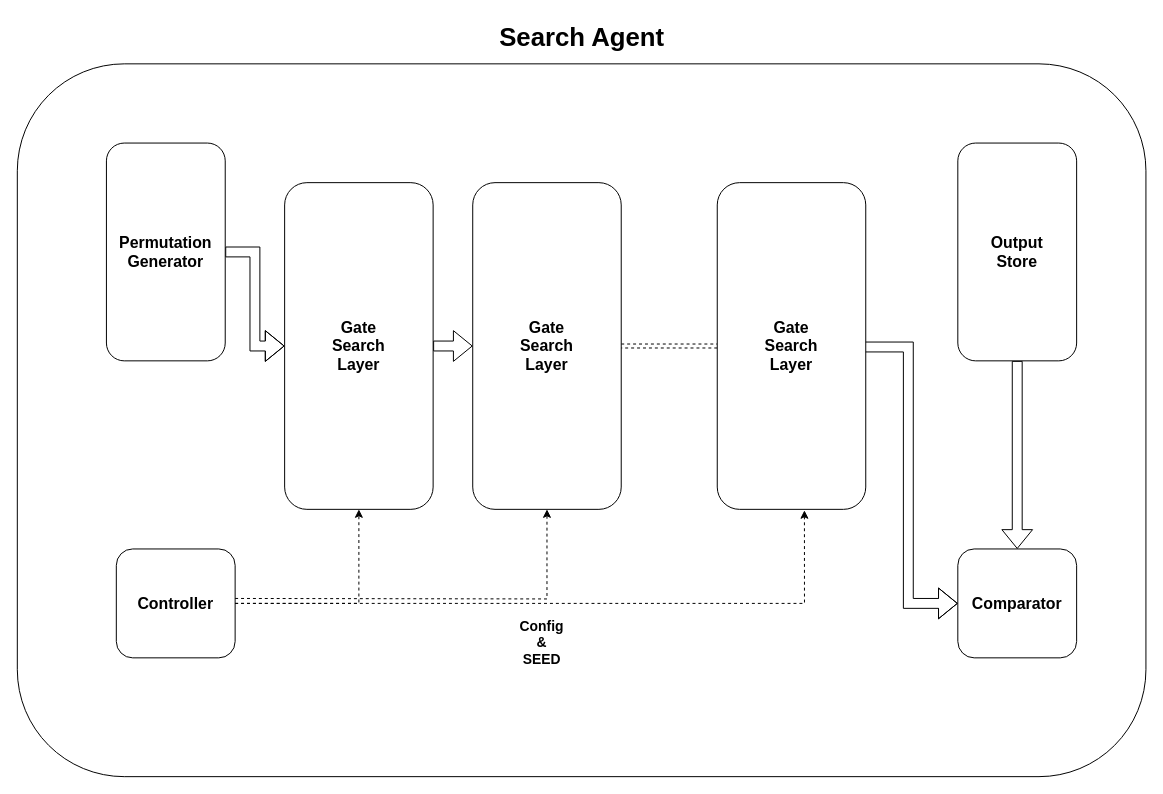
This is page "Search Agent" (4 of 6) of Docs/High-level-Architecture.drawio from gausslabs/wayfarer, a draw.io file, before an edit. Source tidied: cells renumbered, new cells numbered last; positions are measured from the earlier drawing's top-left corner, leaving out a move shared by most shapes. Both pictures are drawn from the tidied source at 99%, with x=0, y=0 at pixel (17, 17).
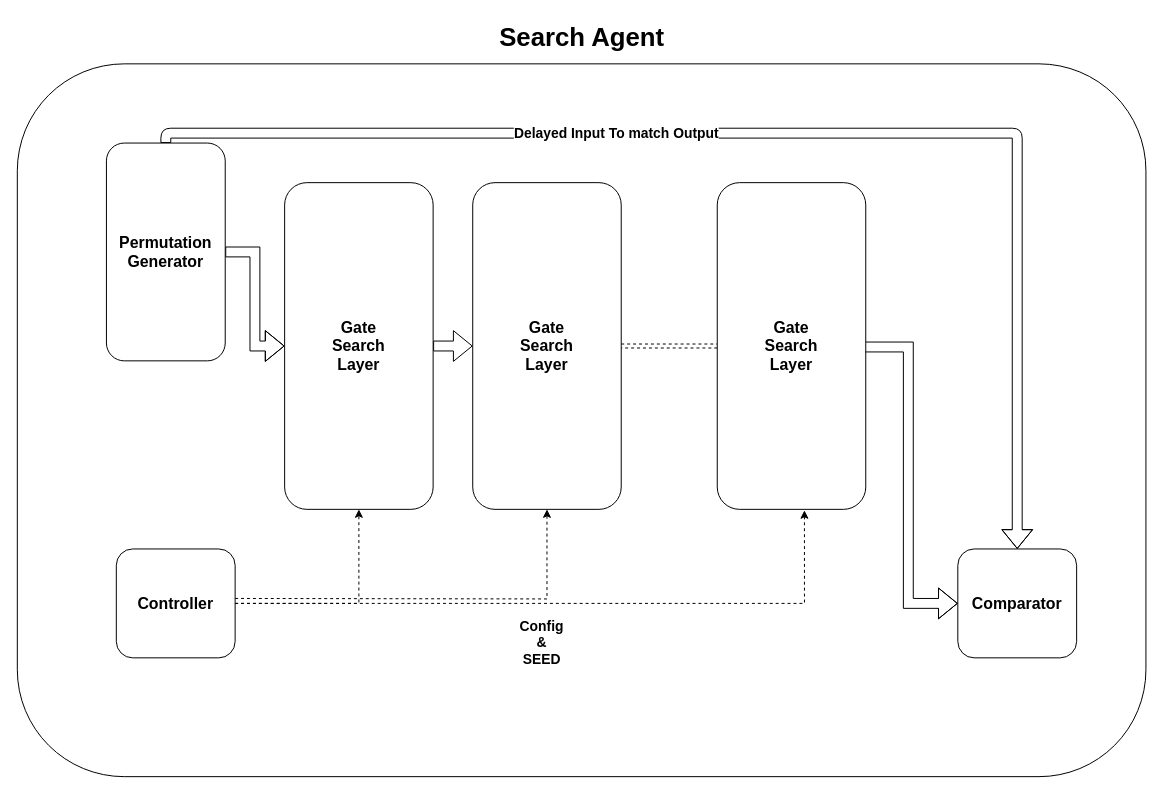
After the change.

The change refers to these unchanged cells:
```xml
<mxCell id="4" value="&lt;span style=&quot;font-size: 16px;&quot;&gt;&lt;b&gt;Permutation Generator&lt;/b&gt;&lt;/span&gt;" style="rounded=1;whiteSpace=wrap;html=1;" parent="1" vertex="1">
  <mxGeometry x="90" y="127" width="120" height="220" as="geometry" />
</mxCell>
<mxCell id="8" value="&lt;b&gt;&lt;font style=&quot;font-size: 16px;&quot;&gt;Comparator&lt;/font&gt;&lt;/b&gt;" style="rounded=1;whiteSpace=wrap;html=1;" parent="1" vertex="1">
  <mxGeometry x="950" y="537" width="120" height="110" as="geometry" />
</mxCell>
```

The edit, as a diff of the source:
```diff
@@
+    <mxCell id="20" style="edgeStyle=elbowEdgeStyle;html=1;entryX=0.5;entryY=0;entryDx=0;entryDy=0;shape=flexArrow;" parent="1" edge="1" source="4" target="8">
+      <mxGeometry relative="1" as="geometry">
+        <Array as="points">
+          <mxPoint x="1010" y="117" />
+        </Array>
+      </mxGeometry>
+    </mxCell>
+    <mxCell id="21" value="&lt;b&gt;&lt;font style=&quot;font-size: 14px;&quot;&gt;Delayed Input To match Output&lt;/font&gt;&lt;/b&gt;" style="edgeLabel;html=1;align=center;verticalAlign=middle;" parent="20" vertex="1">
+      <mxGeometry x="-0.28" y="1" relative="1" as="geometry" />
+    </mxCell>
@@
-    <mxCell id="5" style="edgeStyle=orthogonalEdgeStyle;rounded=0;jettySize=auto;html=1;exitX=0.5;exitY=1;exitDx=0;exitDy=0;shape=flexArrow;" parent="1" edge="1" source="6" target="8">
-      <mxGeometry relative="1" as="geometry" />
-    </mxCell>
-    <mxCell id="6" value="&lt;b&gt;&lt;font style=&quot;font-size: 16px;&quot;&gt;Output&lt;br&gt;Store&lt;/font&gt;&lt;/b&gt;" style="rounded=1;whiteSpace=wrap;html=1;" parent="1" vertex="1">
-      <mxGeometry x="950" y="127" width="120" height="220" as="geometry" />
-    </mxCell>
```
